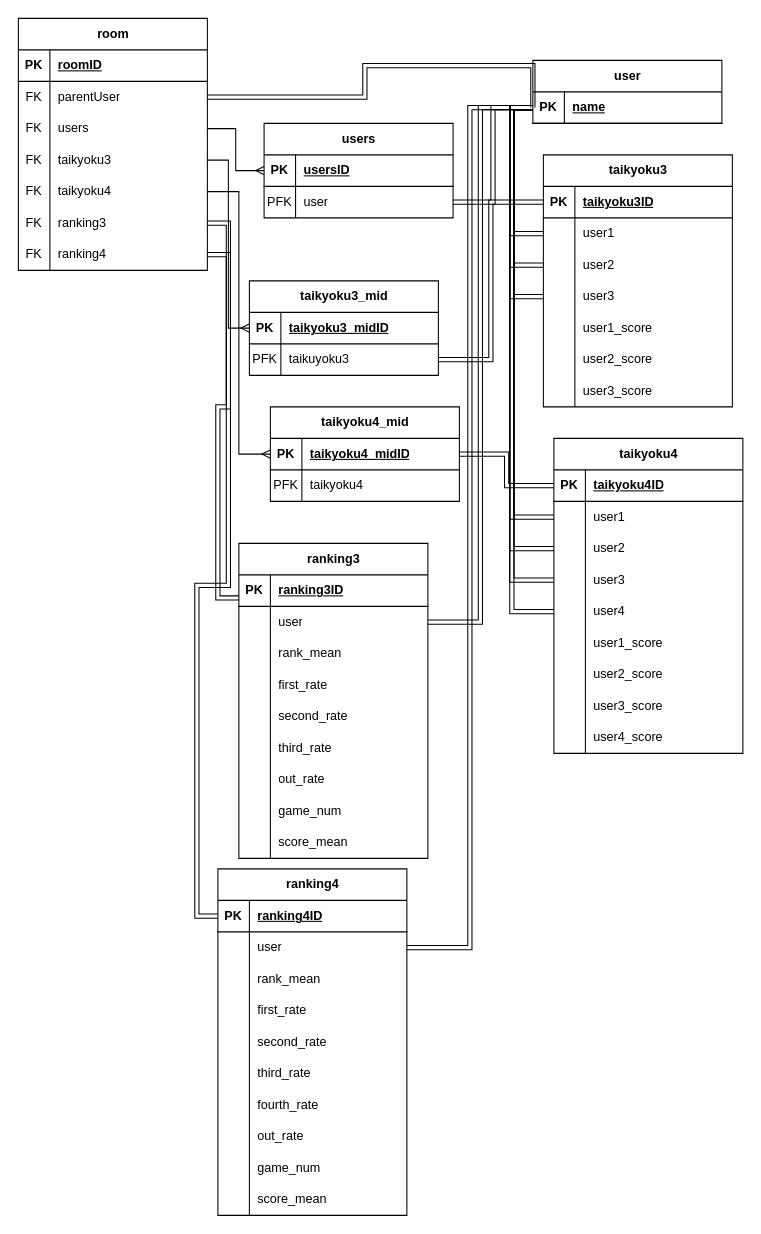
This is PungPals_ER.drawio from kechigon/PungPals, a draw.io file, before an edit. Source tidied: cells renumbered, new cells numbered last; positions are measured from the earlier drawing's top-left corner, leaving out a move shared by most shapes. Both pictures are drawn from the tidied source at 105%, with x=0, y=0 at pixel (18, 18).
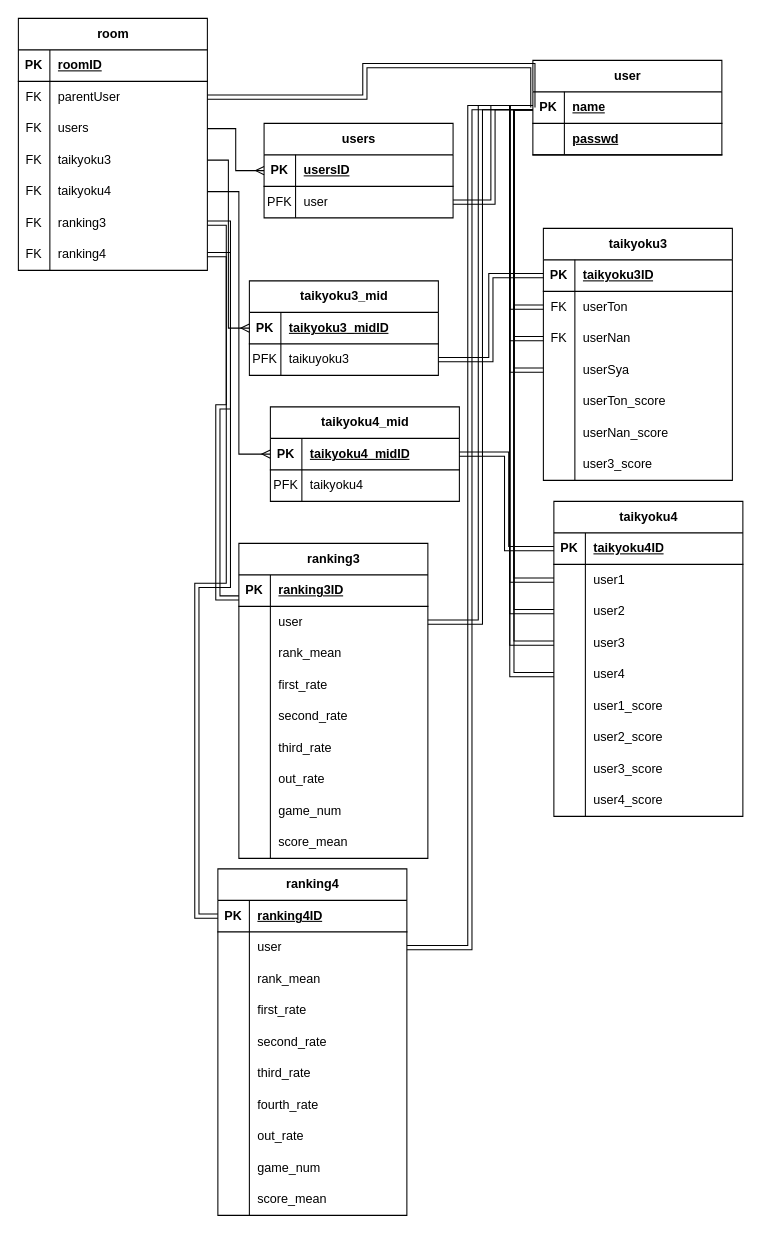
The same diagram, later.

Commit message:
PungPals_ER.drawio を更新します

The change refers to these unchanged cells:
```xml
<mxCell id="35" style="shape=tableRow;horizontal=0;startSize=0;swimlaneHead=0;swimlaneBody=0;fillColor=none;points=[[0,0.5],[1,0.5]];portConstraint=eastwest;top=0;left=0;right=0;bottom=0;" parent="31" vertex="1">
  <mxGeometry y="60" width="180" height="30" as="geometry" />
</mxCell>
<mxCell id="38" style="shape=tableRow;horizontal=0;startSize=0;swimlaneHead=0;swimlaneBody=0;fillColor=none;points=[[0,0.5],[1,0.5]];portConstraint=eastwest;top=0;left=0;right=0;bottom=0;" parent="31" vertex="1">
  <mxGeometry y="90" width="180" height="30" as="geometry" />
</mxCell>
<mxCell id="41" style="shape=tableRow;horizontal=0;startSize=0;swimlaneHead=0;swimlaneBody=0;fillColor=none;points=[[0,0.5],[1,0.5]];portConstraint=eastwest;top=0;left=0;right=0;bottom=0;" parent="31" vertex="1">
  <mxGeometry y="120" width="180" height="30" as="geometry" />
</mxCell>
<mxCell id="44" style="shape=tableRow;horizontal=0;startSize=0;swimlaneHead=0;swimlaneBody=0;fillColor=none;top=0;left=0;right=0;bottom=0;" parent="31" vertex="1">
  <mxGeometry y="150" width="180" height="30" as="geometry" />
</mxCell>
<mxCell id="47" style="shape=tableRow;horizontal=0;startSize=0;swimlaneHead=0;swimlaneBody=0;fillColor=none;top=0;left=0;right=0;bottom=0;" parent="31" vertex="1">
  <mxGeometry y="180" width="180" height="30" as="geometry" />
</mxCell>
```

The edit, as a diff of the source:
```diff
@@
     <mxCell id="31" value="taikyoku3" style="shape=table;startSize=30;childLayout=tableLayout;rowLines=0;fontStyle=1;align=center;html=1;" parent="1" vertex="1">
-      <mxGeometry x="500" y="130" width="180" height="240" as="geometry" />
+      <mxGeometry x="500" y="200" width="180" height="240" as="geometry" />
     </mxCell>
@@
-    <mxCell id="36" style="shape=partialRectangle;fillColor=none;top=0;left=0;bottom=0;right=0;overflow=hidden;whiteSpace=wrap;html=1;" parent="35" vertex="1">
+    <mxCell id="36" value="FK" style="shape=partialRectangle;fillColor=none;top=0;left=0;bottom=0;right=0;overflow=hidden;whiteSpace=wrap;html=1;" parent="35" vertex="1">
       <mxGeometry width="30" height="30" as="geometry" />
     </mxCell>
-    <mxCell id="37" value="user1" style="shape=partialRectangle;fillColor=none;top=0;left=0;bottom=0;right=0;align=left;spacingLeft=6;overflow=hidden;whiteSpace=wrap;html=1;" parent="35" vertex="1">
+    <mxCell id="37" value="userTon" style="shape=partialRectangle;fillColor=none;top=0;left=0;bottom=0;right=0;align=left;spacingLeft=6;overflow=hidden;whiteSpace=wrap;html=1;" parent="35" vertex="1">
       <mxGeometry x="30" width="150" height="30" as="geometry" />
     </mxCell>
@@
-    <mxCell id="39" style="shape=partialRectangle;fillColor=none;top=0;left=0;bottom=0;right=0;overflow=hidden;whiteSpace=wrap;html=1;" parent="38" vertex="1">
+    <mxCell id="39" value="FK" style="shape=partialRectangle;fillColor=none;top=0;left=0;bottom=0;right=0;overflow=hidden;whiteSpace=wrap;html=1;" parent="38" vertex="1">
       <mxGeometry width="30" height="30" as="geometry" />
     </mxCell>
-    <mxCell id="40" value="user2" style="shape=partialRectangle;fillColor=none;top=0;left=0;bottom=0;right=0;align=left;spacingLeft=6;overflow=hidden;whiteSpace=wrap;html=1;" parent="38" vertex="1">
+    <mxCell id="40" value="userNan" style="shape=partialRectangle;fillColor=none;top=0;left=0;bottom=0;right=0;align=left;spacingLeft=6;overflow=hidden;whiteSpace=wrap;html=1;" parent="38" vertex="1">
       <mxGeometry x="30" width="150" height="30" as="geometry" />
     </mxCell>
@@
-    <mxCell id="43" value="user3" style="shape=partialRectangle;fillColor=none;top=0;left=0;bottom=0;right=0;align=left;spacingLeft=6;overflow=hidden;whiteSpace=wrap;html=1;" parent="41" vertex="1">
+    <mxCell id="43" value="userSya" style="shape=partialRectangle;fillColor=none;top=0;left=0;bottom=0;right=0;align=left;spacingLeft=6;overflow=hidden;whiteSpace=wrap;html=1;" parent="41" vertex="1">
       <mxGeometry x="30" width="150" height="30" as="geometry" />
     </mxCell>
@@
-    <mxCell id="46" value="user1_score" style="shape=partialRectangle;fillColor=none;top=0;left=0;bottom=0;right=0;align=left;spacingLeft=6;overflow=hidden;whiteSpace=wrap;html=1;" parent="44" vertex="1">
+    <mxCell id="46" value="userTon_score" style="shape=partialRectangle;fillColor=none;top=0;left=0;bottom=0;right=0;align=left;spacingLeft=6;overflow=hidden;whiteSpace=wrap;html=1;" parent="44" vertex="1">
       <mxGeometry x="30" width="150" height="30" as="geometry" />
     </mxCell>
@@
-    <mxCell id="49" value="user2_score" style="shape=partialRectangle;fillColor=none;top=0;left=0;bottom=0;right=0;align=left;spacingLeft=6;overflow=hidden;whiteSpace=wrap;html=1;" parent="47" vertex="1">
+    <mxCell id="49" value="userNan_score" style="shape=partialRectangle;fillColor=none;top=0;left=0;bottom=0;right=0;align=left;spacingLeft=6;overflow=hidden;whiteSpace=wrap;html=1;" parent="47" vertex="1">
       <mxGeometry x="30" width="150" height="30" as="geometry" />
     </mxCell>
@@
     <mxCell id="53" value="user" style="shape=table;startSize=30;childLayout=tableLayout;rowLines=0;fontStyle=1;align=center;html=1;" parent="1" vertex="1">
-      <mxGeometry x="490" y="40" width="180" height="60" as="geometry" />
+      <mxGeometry x="490" y="40" width="180" height="90" as="geometry" />
     </mxCell>
@@
+    <mxCell id="176" style="shape=tableRow;horizontal=0;startSize=0;swimlaneHead=0;swimlaneBody=0;fillColor=none;top=0;left=0;right=0;bottom=1;" parent="53" vertex="1">
+      <mxGeometry y="60" width="180" height="30" as="geometry" />
+    </mxCell>
+    <mxCell id="177" style="shape=partialRectangle;fillColor=none;top=0;left=0;bottom=0;right=0;fontStyle=1;overflow=hidden;whiteSpace=wrap;html=1;" parent="176" vertex="1">
+      <mxGeometry width="30" height="30" as="geometry" />
+    </mxCell>
+    <mxCell id="178" value="passwd" style="shape=partialRectangle;fillColor=none;top=0;left=0;bottom=0;right=0;align=left;spacingLeft=6;fontStyle=5;overflow=hidden;whiteSpace=wrap;html=1;" parent="176" vertex="1">
+      <mxGeometry x="30" width="150" height="30" as="geometry" />
+    </mxCell>
@@
     <mxCell id="80" value="taikyoku4" style="shape=table;startSize=30;childLayout=tableLayout;rowLines=0;fontStyle=1;align=center;html=1;" parent="1" vertex="1">
-      <mxGeometry x="510" y="400" width="180" height="300" as="geometry" />
+      <mxGeometry x="510" y="460" width="180" height="300" as="geometry" />
     </mxCell>
```
